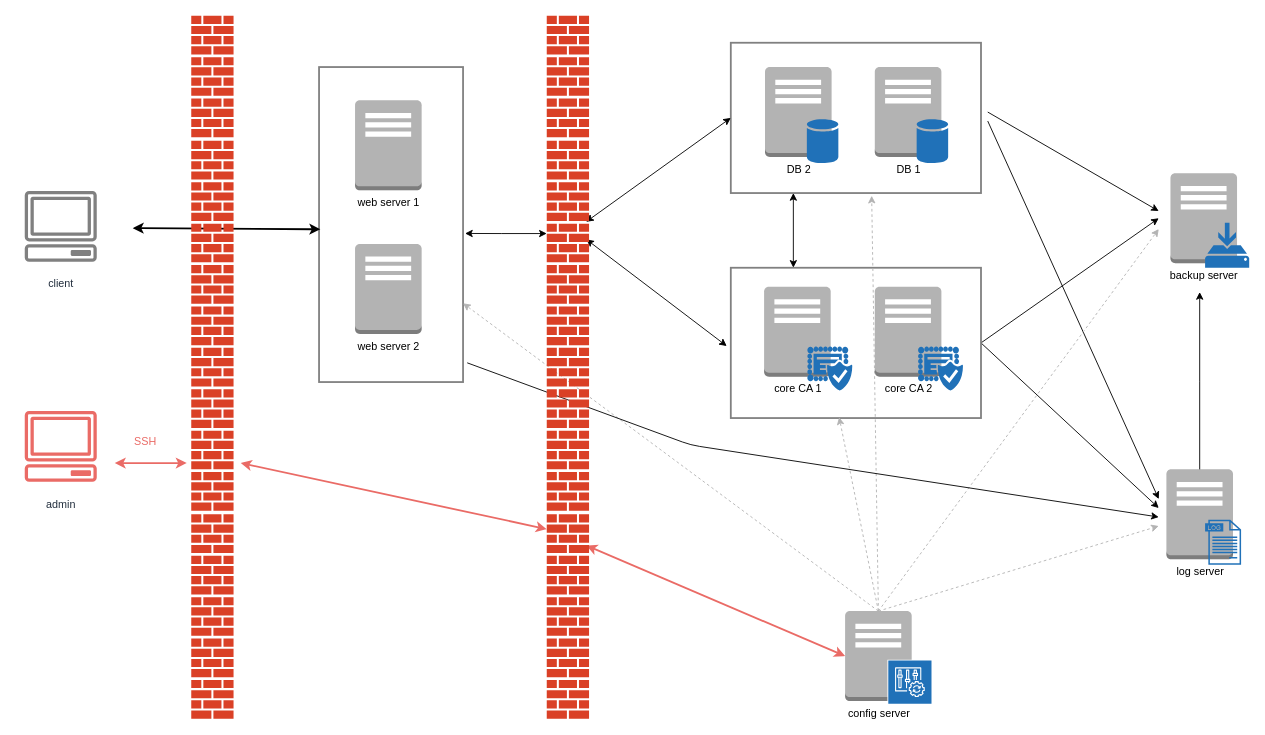
Before: figures/ASL_Architecture_Draft_2.drawio in Liblor/applied_sec_lab, a draw.io diagram. Source tidied: cells renumbered, new cells numbered last; positions are measured from the earlier drawing's top-left corner, leaving out a move shared by most shapes. Both pictures are drawn from the tidied source at 90%, with x=0, y=0 at pixel (15, 15).
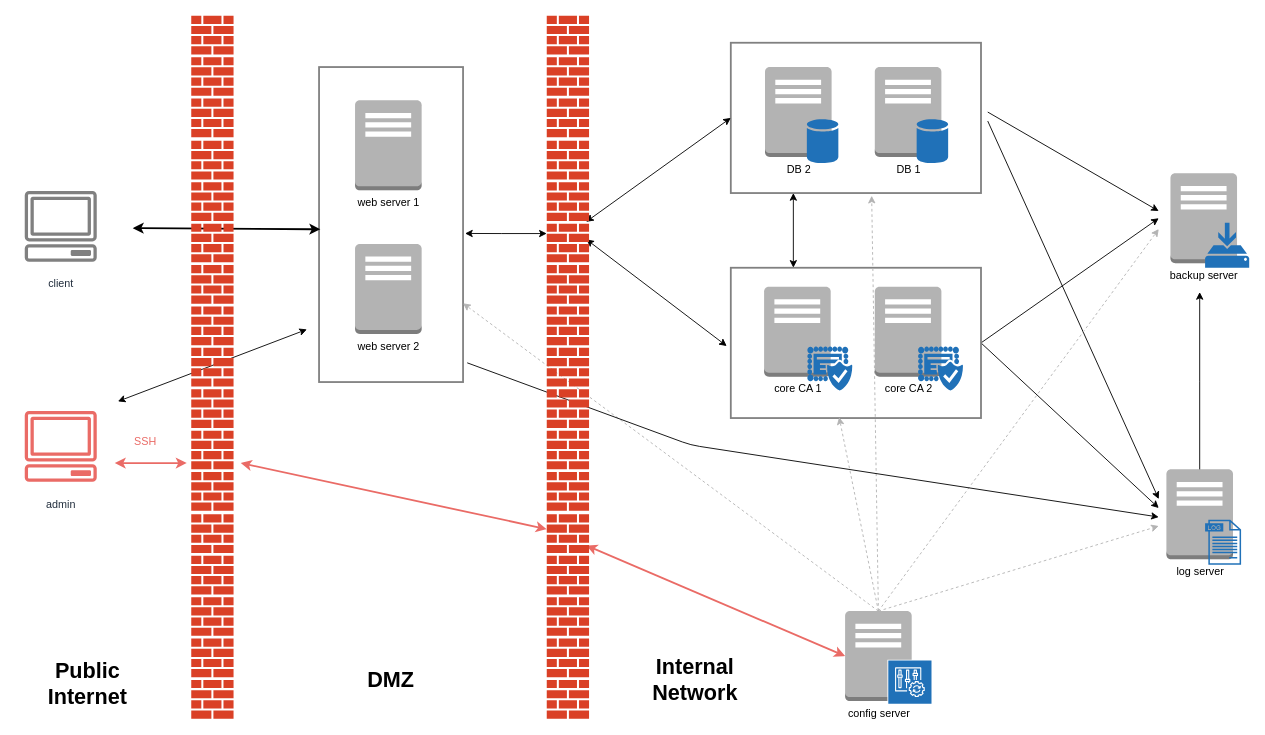
After the change.

What changed in the source:
```diff
@@
-    <mxCell id="59" style="shadow=0;dashed=0;html=1;strokeColor=none;labelPosition=center;verticalLabelPosition=bottom;verticalAlign=top;align=center;shape=mxgraph.office.concepts.firewall;fillColor=#DA4026;" parent="1" vertex="1">
-      <mxGeometry x="195" y="369" width="47" height="43" as="geometry" />
-    </mxCell>
@@
+    <mxCell id="85" value="&lt;font face=&quot;Helvetica&quot;&gt;&lt;b&gt;&lt;font style=&quot;font-size: 24px&quot;&gt;Public Internet&lt;/font&gt;&lt;/b&gt;&lt;/font&gt;" style="text;html=1;strokeColor=none;fillColor=none;align=center;verticalAlign=middle;whiteSpace=wrap;rounded=0;" parent="1" vertex="1">
+      <mxGeometry x="40" y="715.5" width="80" height="53" as="geometry" />
+    </mxCell>
+    <mxCell id="86" value="&lt;font face=&quot;Helvetica&quot;&gt;&lt;b&gt;&lt;font style=&quot;font-size: 24px&quot;&gt;DMZ&lt;/font&gt;&lt;/b&gt;&lt;/font&gt;" style="text;html=1;strokeColor=none;fillColor=none;align=center;verticalAlign=middle;whiteSpace=wrap;rounded=0;" parent="1" vertex="1">
+      <mxGeometry x="377" y="711.5" width="80" height="53" as="geometry" />
+    </mxCell>
+    <mxCell id="87" value="&lt;font face=&quot;Helvetica&quot;&gt;&lt;b&gt;&lt;font style=&quot;font-size: 24px&quot;&gt;Internal Network&lt;br&gt;&lt;/font&gt;&lt;/b&gt;&lt;/font&gt;" style="text;html=1;strokeColor=none;fillColor=none;align=center;verticalAlign=middle;whiteSpace=wrap;rounded=0;" parent="1" vertex="1">
+      <mxGeometry x="714.5" y="711.5" width="80" height="53" as="geometry" />
+    </mxCell>
+    <mxCell id="88" style="endArrow=classic;html=1;startArrow=classic;startFill=1;" parent="1" edge="1">
+      <mxGeometry relative="1" as="geometry">
+        <mxPoint x="323.5" y="348.5" as="sourcePoint" />
+        <mxPoint x="113.5" y="428.5" as="targetPoint" />
+      </mxGeometry>
+    </mxCell>
+    <mxCell id="59" style="shadow=0;dashed=0;html=1;strokeColor=none;labelPosition=center;verticalLabelPosition=bottom;verticalAlign=top;align=center;shape=mxgraph.office.concepts.firewall;fillColor=#DA4026;" parent="1" vertex="1">
+      <mxGeometry x="195" y="369" width="47" height="43" as="geometry" />
+    </mxCell>
```
